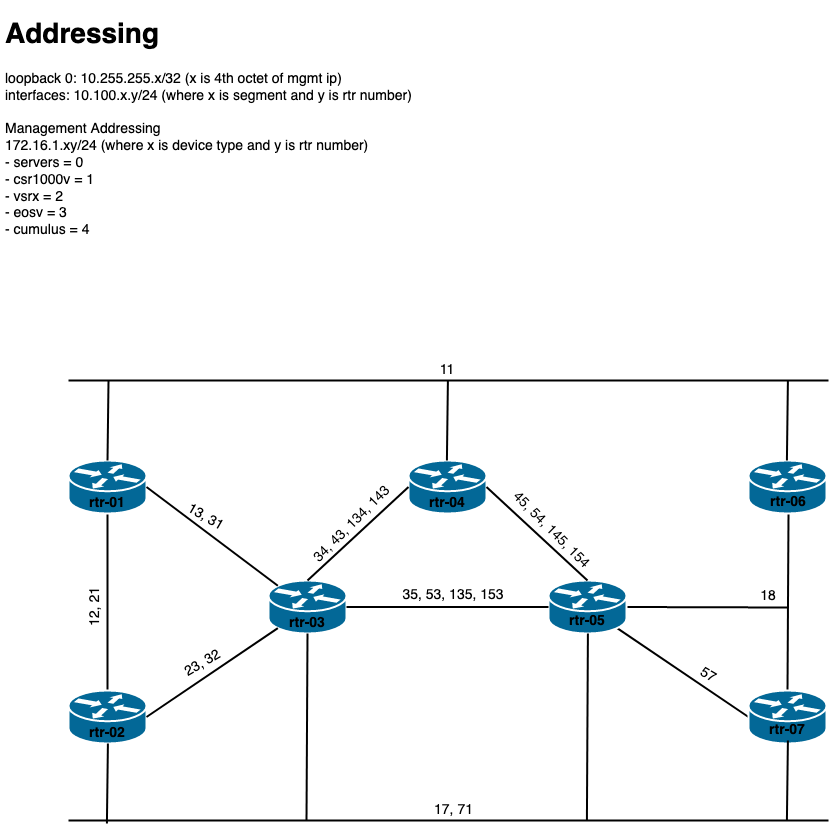
Earlier version of the draw.io export device-config-files/lab-diagram.png (j0hn3/network_programmability_experiments). Source tidied: cells renumbered, new cells last; positions are measured from the earlier drawing's top-left corner, leaving out a move shared by most shapes.
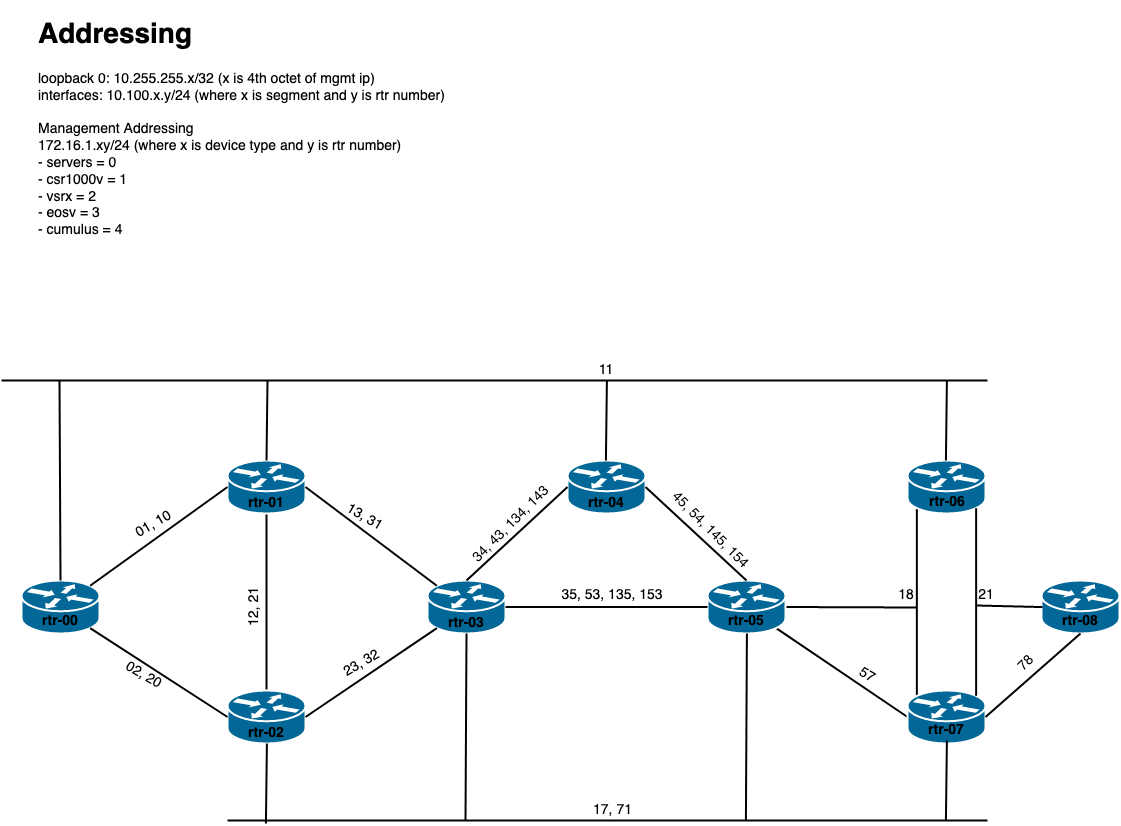
Later version of the same file.

The edit, as a diff of the source:
```diff
@@ -2,10 +2,8 @@
   <root>
     <mxCell id="0" />
     <mxCell id="1" parent="0" />
-    <mxCell id="2" style="edgeStyle=none;html=1;labelBackgroundColor=none;startFill=0;endArrow=none;endFill=0;strokeWidth=2;fontFamily=Verdana;fontSize=12;entryX=0.5;entryY=0;entryDx=0;entryDy=0;entryPerimeter=0;" parent="1" edge="1" target="11">
-      <mxGeometry relative="1" as="geometry">
-        <mxPoint x="788" y="503" as="sourcePoint" />
-      </mxGeometry>
+    <mxCell id="2" style="edgeStyle=none;html=1;labelBackgroundColor=none;startFill=0;endArrow=none;endFill=0;strokeWidth=2;fontFamily=Verdana;fontSize=12;entryX=0.12;entryY=0.1;entryDx=0;entryDy=0;entryPerimeter=0;exitX=0.12;exitY=0.9;exitDx=0;exitDy=0;exitPerimeter=0;" parent="1" edge="1" source="12" target="11">
+      <mxGeometry relative="1" as="geometry" />
     </mxCell>
     <mxCell id="3" style="edgeStyle=none;html=1;labelBackgroundColor=none;startFill=0;endArrow=none;endFill=0;strokeWidth=2;fontFamily=Verdana;fontSize=12;exitX=0.5;exitY=1;exitDx=0;exitDy=0;exitPerimeter=0;entryX=0.5;entryY=0;entryDx=0;entryDy=0;entryPerimeter=0;" parent="1" edge="1" source="4" target="7">
       <mxGeometry relative="1" as="geometry" />
@@ -15,7 +13,7 @@
     </mxCell>
     <mxCell id="5" style="edgeStyle=none;html=1;labelBackgroundColor=none;startFill=0;endArrow=none;endFill=0;strokeWidth=2;fontFamily=Verdana;fontSize=12;entryX=1;entryY=0.5;entryDx=0;entryDy=0;entryPerimeter=0;" parent="1" edge="1" target="9">
       <mxGeometry relative="1" as="geometry">
-        <mxPoint x="788" y="597" as="sourcePoint" />
+        <mxPoint x="757" y="597" as="sourcePoint" />
       </mxGeometry>
     </mxCell>
     <mxCell id="6" style="edgeStyle=none;html=1;labelBackgroundColor=none;startFill=0;endArrow=none;endFill=0;strokeWidth=2;fontFamily=Verdana;fontSize=12;exitX=0.88;exitY=0.9;exitDx=0;exitDy=0;exitPerimeter=0;entryX=0;entryY=0.5;entryDx=0;entryDy=0;entryPerimeter=0;" parent="1" edge="1" source="9" target="11">
@@ -56,7 +54,7 @@
     </mxCell>
     <mxCell id="18" style="edgeStyle=none;html=1;labelBackgroundColor=none;startFill=0;endArrow=none;endFill=0;strokeWidth=2;fontFamily=Verdana;fontSize=12;" parent="1" edge="1">
       <mxGeometry relative="1" as="geometry">
-        <mxPoint x="68" y="370" as="sourcePoint" />
+        <mxPoint x="-158" y="370" as="sourcePoint" />
         <mxPoint x="828" y="370" as="targetPoint" />
       </mxGeometry>
     </mxCell>
@@ -146,7 +144,7 @@
       <mxGeometry x="62" y="586.5" width="65" height="20" as="geometry" />
     </mxCell>
     <mxCell id="40" value="18" style="text;html=1;strokeColor=none;fillColor=none;align=center;verticalAlign=middle;whiteSpace=wrap;rounded=0;fontSize=14;" parent="1" vertex="1">
-      <mxGeometry x="748" y="576" width="40" height="20" as="geometry" />
+      <mxGeometry x="727" y="575" width="40" height="20" as="geometry" />
     </mxCell>
     <mxCell id="41" value="57" style="text;html=1;strokeColor=none;fillColor=none;align=center;verticalAlign=middle;whiteSpace=wrap;rounded=0;fontSize=14;rotation=30;" parent="1" vertex="1">
       <mxGeometry x="688" y="655" width="40" height="20" as="geometry" />
@@ -158,7 +156,53 @@
       <mxGeometry x="173" y="497" width="65" height="20" as="geometry" />
     </mxCell>
     <mxCell id="44" value="&lt;h1&gt;Addressing&lt;/h1&gt;&lt;div&gt;loopback 0: 10.255.255.x/32 (x is 4th octet of mgmt ip)&lt;/div&gt;&lt;div&gt;interfaces: 10.100.x.y/24 (where x is segment and y is rtr number)&lt;br&gt;&lt;/div&gt;&lt;div&gt;&lt;br&gt;&lt;/div&gt;&lt;div&gt;Management Addressing&lt;/div&gt;&lt;div&gt;172.16.1.xy/24 (where x is device type and y is rtr number)&lt;/div&gt;&lt;div&gt;- servers = 0&lt;br&gt;&lt;/div&gt;&lt;div&gt;- csr1000v = 1&lt;/div&gt;&lt;div&gt;- vsrx = 2&lt;/div&gt;&lt;div&gt;- eosv = 3&lt;/div&gt;&lt;div&gt;- cumulus = 4&lt;br&gt;&lt;/div&gt;&lt;div&gt;&lt;br&gt;&lt;/div&gt;&lt;div&gt;&lt;br&gt;&lt;/div&gt;&lt;div&gt;&lt;br&gt;&lt;/div&gt;" style="text;html=1;strokeColor=none;fillColor=none;spacing=5;spacingTop=-20;whiteSpace=wrap;overflow=hidden;rounded=0;fontSize=14;" parent="1" vertex="1">
-      <mxGeometry x="-0.5" width="428.5" height="240" as="geometry" />
+      <mxGeometry x="-126.5" width="428.5" height="240" as="geometry" />
     </mxCell>
+    <mxCell id="45" style="shape=mxgraph.cisco.routers.router;html=1;dashed=0;fillColor=#036897;strokeColor=#ffffff;strokeWidth=2;verticalLabelPosition=bottom;verticalAlign=top;rounded=0;shadow=0;comic=0;fontFamily=Verdana;fontSize=12;" parent="1" vertex="1">
+      <mxGeometry x="-138" y="570" width="78" height="53" as="geometry" />
+    </mxCell>
+    <mxCell id="46" value="rtr-00" style="text;html=1;strokeColor=none;fillColor=none;align=center;verticalAlign=middle;whiteSpace=wrap;rounded=0;fontSize=14;fontStyle=1;" parent="1" vertex="1">
+      <mxGeometry x="-119" y="601" width="40" height="20" as="geometry" />
+    </mxCell>
+    <mxCell id="47" style="edgeStyle=none;html=1;labelBackgroundColor=none;startFill=0;endArrow=none;endFill=0;strokeWidth=2;fontFamily=Verdana;fontSize=12;exitX=0.88;exitY=0.1;exitDx=0;exitDy=0;exitPerimeter=0;entryX=0;entryY=0.5;entryDx=0;entryDy=0;entryPerimeter=0;" parent="1" edge="1" source="45" target="4">
+      <mxGeometry relative="1" as="geometry" />
+    </mxCell>
+    <mxCell id="48" style="edgeStyle=none;html=1;labelBackgroundColor=none;startFill=0;endArrow=none;endFill=0;strokeWidth=2;fontFamily=Verdana;fontSize=12;exitX=0;exitY=0.5;exitDx=0;exitDy=0;exitPerimeter=0;entryX=0.88;entryY=0.9;entryDx=0;entryDy=0;entryPerimeter=0;" parent="1" edge="1" source="7" target="45">
+      <mxGeometry relative="1" as="geometry" />
+    </mxCell>
+    <mxCell id="49" style="edgeStyle=none;html=1;labelBackgroundColor=none;startFill=0;endArrow=none;endFill=0;strokeWidth=2;fontFamily=Verdana;fontSize=12;entryX=0.5;entryY=0;entryDx=0;entryDy=0;entryPerimeter=0;" parent="1" edge="1" target="45">
+      <mxGeometry relative="1" as="geometry">
+        <mxPoint x="-100" y="370" as="sourcePoint" />
+      </mxGeometry>
+    </mxCell>
+    <mxCell id="50" value="01, 10" style="text;html=1;strokeColor=none;fillColor=none;align=center;verticalAlign=middle;whiteSpace=wrap;rounded=0;fontSize=14;rotation=-30;" parent="1" vertex="1">
+      <mxGeometry x="-38" y="504" width="65" height="20" as="geometry" />
+    </mxCell>
+    <mxCell id="51" value="&lt;div&gt;02, 20&lt;/div&gt;" style="text;html=1;strokeColor=none;fillColor=none;align=center;verticalAlign=middle;whiteSpace=wrap;rounded=0;fontSize=14;rotation=30;" parent="1" vertex="1">
+      <mxGeometry x="-48" y="655" width="65" height="20" as="geometry" />
+    </mxCell>
+    <mxCell id="52" style="shape=mxgraph.cisco.routers.router;html=1;dashed=0;fillColor=#036897;strokeColor=#ffffff;strokeWidth=2;verticalLabelPosition=bottom;verticalAlign=top;rounded=0;shadow=0;comic=0;fontFamily=Verdana;fontSize=12;" parent="1" vertex="1">
+      <mxGeometry x="882" y="570" width="78" height="53" as="geometry" />
+    </mxCell>
+    <mxCell id="53" style="edgeStyle=none;html=1;labelBackgroundColor=none;startFill=0;endArrow=none;endFill=0;strokeWidth=2;fontFamily=Verdana;fontSize=12;entryX=0.88;entryY=0.1;entryDx=0;entryDy=0;entryPerimeter=0;exitX=0.88;exitY=0.9;exitDx=0;exitDy=0;exitPerimeter=0;" parent="1" edge="1" source="12" target="11">
+      <mxGeometry relative="1" as="geometry" />
+    </mxCell>
+    <mxCell id="54" style="edgeStyle=none;html=1;labelBackgroundColor=none;startFill=0;endArrow=none;endFill=0;strokeWidth=2;fontFamily=Verdana;fontSize=12;entryX=0.25;entryY=1;entryDx=0;entryDy=0;" parent="1" edge="1" target="55">
+      <mxGeometry relative="1" as="geometry">
+        <mxPoint x="883" y="596.6" as="sourcePoint" />
+      </mxGeometry>
+    </mxCell>
+    <mxCell id="55" value="21" style="text;html=1;strokeColor=none;fillColor=none;align=center;verticalAlign=middle;whiteSpace=wrap;rounded=0;fontSize=14;" parent="1" vertex="1">
+      <mxGeometry x="807" y="575" width="40" height="20" as="geometry" />
+    </mxCell>
+    <mxCell id="56" style="edgeStyle=none;html=1;labelBackgroundColor=none;startFill=0;endArrow=none;endFill=0;strokeWidth=2;fontFamily=Verdana;fontSize=12;exitX=0.5;exitY=1;exitDx=0;exitDy=0;exitPerimeter=0;entryX=1;entryY=0.5;entryDx=0;entryDy=0;entryPerimeter=0;" parent="1" edge="1" source="52" target="11">
+      <mxGeometry relative="1" as="geometry" />
+    </mxCell>
+    <mxCell id="57" value="78" style="text;html=1;strokeColor=none;fillColor=none;align=center;verticalAlign=middle;whiteSpace=wrap;rounded=0;fontSize=14;rotation=-45;" parent="1" vertex="1">
+      <mxGeometry x="847" y="643" width="40" height="20" as="geometry" />
+    </mxCell>
+    <mxCell id="58" value="rtr-08" style="text;html=1;strokeColor=none;fillColor=none;align=center;verticalAlign=middle;whiteSpace=wrap;rounded=0;fontSize=14;fontStyle=1;" parent="1" vertex="1">
+      <mxGeometry x="901" y="601" width="40" height="20" as="geometry" />
+    </mxCell>
   </root>
 </mxGraphModel>
```
